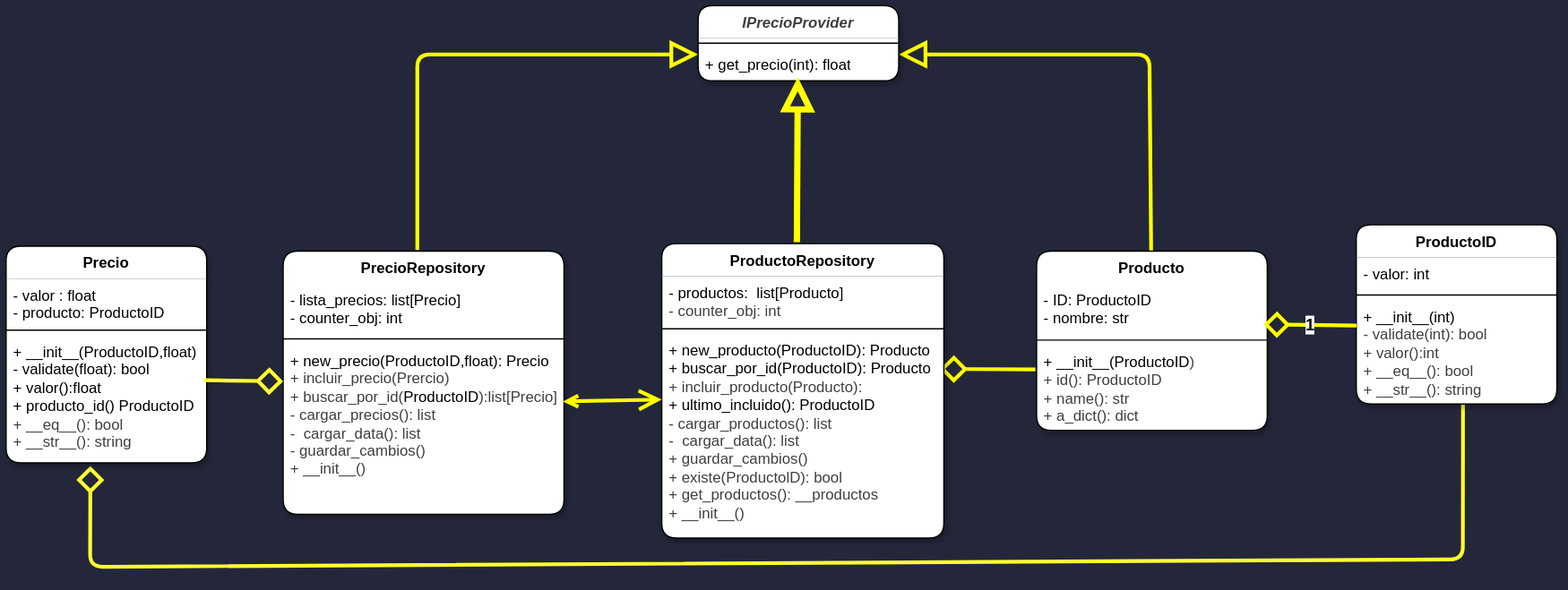
The draw.io diagram Docs/DiagramaSubSistema.svg in shinovi9/Subsistema-Precio, before a commit. Source tidied: cells renumbered, new cells last; positions are measured from the earlier drawing's top-left corner, leaving out a move shared by most shapes.
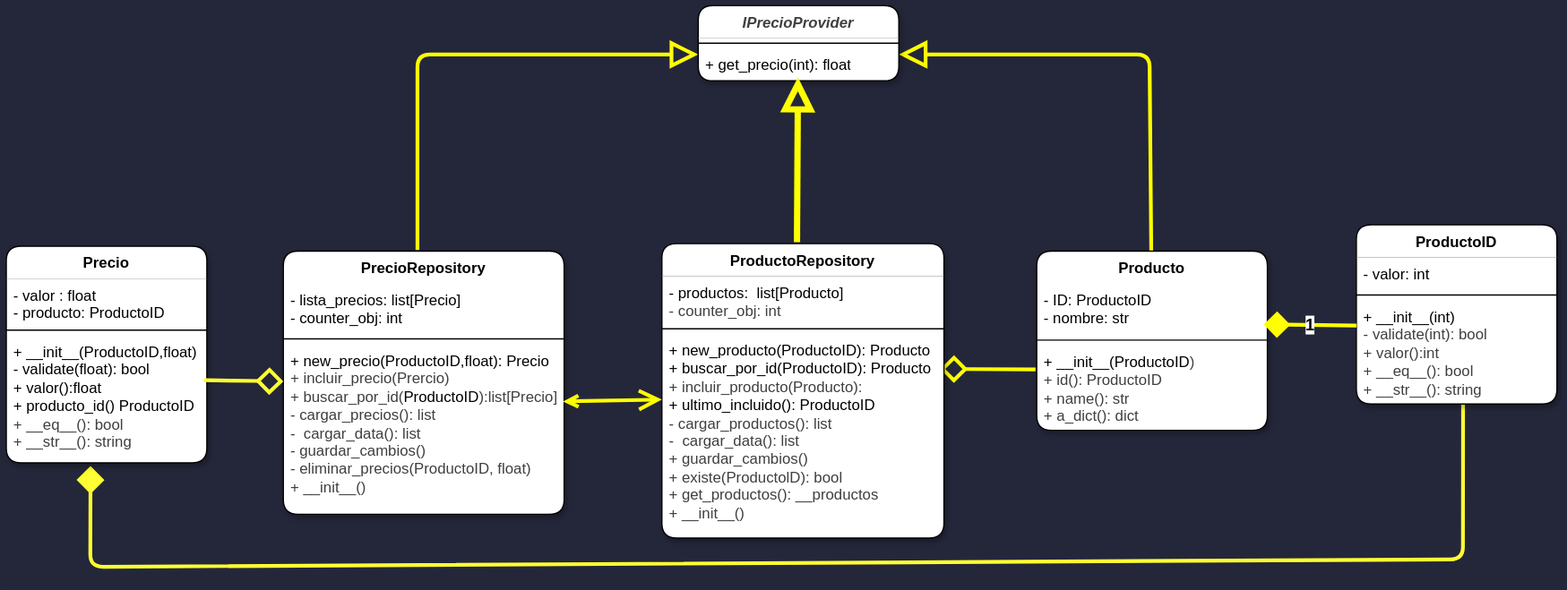
The same file after the commit.

Commit message:
Implemantacion de eliminar_precio, get_precio y guardar_cambios en PrecioRepository y implementacion en ProductoRepository: get_precio, gusrdar_cambios y documentacion profunda del los modulos

The edit, as a diff of the source:
```diff
@@ -43,7 +43,7 @@
     <mxCell id="11" style="line;strokeWidth=1;fillColor=none;align=left;verticalAlign=middle;spacingTop=-1;spacingLeft=3;spacingRight=3;labelPosition=right;strokeColor=inherit;rounded=1;" parent="9" vertex="1">
       <mxGeometry y="66" width="224" height="8" as="geometry" />
     </mxCell>
-    <mxCell id="12" value="&lt;span style=&quot;color: rgb(0, 0, 0);&quot;&gt;+ new_precio(ProductoID,float): Precio&lt;/span&gt;&lt;div style=&quot;color: rgb(63, 63, 63); scrollbar-color: rgb(226, 226, 226) rgb(251, 251, 251);&quot;&gt;+ incluir_precio(Prercio)&lt;/div&gt;&lt;div style=&quot;color: rgb(63, 63, 63); scrollbar-color: rgb(226, 226, 226) rgb(251, 251, 251);&quot;&gt;+ buscar_por_id(&lt;span style=&quot;scrollbar-color: rgb(226, 226, 226) rgb(251, 251, 251); color: rgb(0, 0, 0);&quot;&gt;ProductoID&lt;/span&gt;):list[Precio]&lt;/div&gt;&lt;div style=&quot;color: rgb(63, 63, 63); scrollbar-color: rgb(226, 226, 226) rgb(251, 251, 251);&quot;&gt;&lt;div style=&quot;scrollbar-color: rgb(226, 226, 226) rgb(251, 251, 251); color: rgb(63, 63, 63);&quot;&gt;- cargar_precios(): list&lt;/div&gt;&lt;div style=&quot;scrollbar-color: rgb(226, 226, 226) rgb(251, 251, 251); color: rgb(63, 63, 63);&quot;&gt;&lt;span style=&quot;color: rgb(63, 63, 63);&quot;&gt;-&amp;nbsp; cargar_data(): list&lt;/span&gt;&lt;/div&gt;&lt;div style=&quot;scrollbar-color: rgb(226, 226, 226) rgb(251, 251, 251); color: rgb(63, 63, 63);&quot;&gt;- guardar_cambios()&lt;/div&gt;&lt;div style=&quot;scrollbar-color: rgb(226, 226, 226) rgb(251, 251, 251); color: rgb(63, 63, 63);&quot;&gt;+ __init__()&lt;/div&gt;&lt;/div&gt;" style="text;strokeColor=none;fillColor=none;align=left;verticalAlign=top;spacingLeft=4;spacingRight=4;overflow=hidden;points=[[0,0.5],[1,0.5]];portConstraint=eastwest;whiteSpace=wrap;html=1;rounded=1;" parent="9" vertex="1">
+    <mxCell id="12" value="&lt;span style=&quot;color: rgb(0, 0, 0);&quot;&gt;+ new_precio(ProductoID,float): Precio&lt;/span&gt;&lt;div style=&quot;color: rgb(63, 63, 63); scrollbar-color: rgb(226, 226, 226) rgb(251, 251, 251);&quot;&gt;+ incluir_precio(Prercio)&lt;/div&gt;&lt;div style=&quot;color: rgb(63, 63, 63); scrollbar-color: rgb(226, 226, 226) rgb(251, 251, 251);&quot;&gt;+ buscar_por_id(&lt;span style=&quot;scrollbar-color: rgb(226, 226, 226) rgb(251, 251, 251); color: rgb(0, 0, 0);&quot;&gt;ProductoID&lt;/span&gt;):list[Precio]&lt;/div&gt;&lt;div style=&quot;color: rgb(63, 63, 63); scrollbar-color: rgb(226, 226, 226) rgb(251, 251, 251);&quot;&gt;&lt;div style=&quot;scrollbar-color: rgb(226, 226, 226) rgb(251, 251, 251); color: rgb(63, 63, 63);&quot;&gt;- cargar_precios(): list&lt;/div&gt;&lt;div style=&quot;scrollbar-color: rgb(226, 226, 226) rgb(251, 251, 251); color: rgb(63, 63, 63);&quot;&gt;&lt;span style=&quot;color: rgb(63, 63, 63);&quot;&gt;-&amp;nbsp; cargar_data(): list&lt;/span&gt;&lt;/div&gt;&lt;div style=&quot;scrollbar-color: rgb(226, 226, 226) rgb(251, 251, 251); color: rgb(63, 63, 63);&quot;&gt;- guardar_cambios()&lt;/div&gt;&lt;div style=&quot;scrollbar-color: rgb(226, 226, 226) rgb(251, 251, 251); color: rgb(63, 63, 63);&quot;&gt;- eliminar_precios(ProductoID, float)&lt;/div&gt;&lt;div style=&quot;scrollbar-color: rgb(226, 226, 226) rgb(251, 251, 251); color: rgb(63, 63, 63);&quot;&gt;+ __init__()&lt;/div&gt;&lt;/div&gt;" style="text;strokeColor=none;fillColor=none;align=left;verticalAlign=top;spacingLeft=4;spacingRight=4;overflow=hidden;points=[[0,0.5],[1,0.5]];portConstraint=eastwest;whiteSpace=wrap;html=1;rounded=1;" parent="9" vertex="1">
       <mxGeometry y="74" width="224" height="136" as="geometry" />
     </mxCell>
     <mxCell id="13" value="ProductoRepository" style="swimlane;fontStyle=1;align=center;verticalAlign=top;horizontal=1;startSize=26;whiteSpace=wrap;html=1;swimlaneFillColor=default;gradientColor=none;fillStyle=auto;strokeWidth=1;rounded=1;glass=0;swimlaneLine=0;shadow=1;" parent="1" vertex="1">
@@ -73,7 +73,7 @@
     <mxCell id="21" style="edgeStyle=none;html=1;entryX=0.497;entryY=0.891;entryDx=0;entryDy=0;entryPerimeter=0;exitX=0.479;exitY=-0.005;exitDx=0;exitDy=0;strokeWidth=5;strokeColor=#FFFF00;endArrow=block;endFill=0;endSize=15;exitPerimeter=0;rounded=1;" parent="1" edge="1" source="13" target="20">
       <mxGeometry relative="1" as="geometry" />
     </mxCell>
-    <mxCell id="22" style="edgeStyle=none;html=1;entryX=0.42;entryY=1.025;entryDx=0;entryDy=0;entryPerimeter=0;exitX=0.532;exitY=0.976;exitDx=0;exitDy=0;exitPerimeter=0;strokeColor=#FFFF33;strokeWidth=3;endArrow=diamond;endFill=0;endSize=15;rounded=1;" parent="1" edge="1" source="26" target="31">
+    <mxCell id="22" style="edgeStyle=none;html=1;entryX=0.42;entryY=1.025;entryDx=0;entryDy=0;entryPerimeter=0;exitX=0.532;exitY=0.976;exitDx=0;exitDy=0;exitPerimeter=0;strokeColor=#FFFF33;strokeWidth=3;endArrow=diamond;endFill=1;endSize=15;rounded=1;" parent="1" edge="1" source="26" target="31">
       <mxGeometry relative="1" as="geometry">
         <Array as="points">
           <mxPoint x="1162" y="442" />
@@ -93,7 +93,7 @@
     <mxCell id="26" value="+ __init__(int)&lt;div&gt;&lt;span style=&quot;color: rgb(63, 63, 63); scrollbar-color: rgb(226, 226, 226) rgb(251, 251, 251); background-color: transparent;&quot;&gt;-&amp;nbsp;&lt;/span&gt;&lt;span style=&quot;color: rgb(63, 63, 63); scrollbar-color: rgb(226, 226, 226) rgb(251, 251, 251); background-color: transparent;&quot;&gt;validate(int): bool&lt;/span&gt;&lt;/div&gt;&lt;div&gt;&lt;span style=&quot;color: rgb(63, 63, 63); scrollbar-color: rgb(226, 226, 226) rgb(251, 251, 251); background-color: transparent;&quot;&gt;+ valor():int&lt;/span&gt;&lt;/div&gt;&lt;div&gt;&lt;span style=&quot;color: rgb(63, 63, 63); scrollbar-color: rgb(226, 226, 226) rgb(251, 251, 251); background-color: transparent;&quot;&gt;+ __eq__(): bool&lt;/span&gt;&lt;/div&gt;&lt;div&gt;&lt;span style=&quot;color: rgb(63, 63, 63); scrollbar-color: rgb(226, 226, 226) rgb(251, 251, 251); background-color: transparent;&quot;&gt;&lt;span style=&quot;color: rgb(63, 63, 63);&quot;&gt;+ __str__(): string&lt;/span&gt;&lt;/span&gt;&lt;/div&gt;" style="text;strokeColor=none;fillColor=none;align=left;verticalAlign=top;spacingLeft=4;spacingRight=4;overflow=hidden;points=[[0,0.5],[1,0.5]];portConstraint=eastwest;whiteSpace=wrap;html=1;rounded=1;" parent="23" vertex="1">
       <mxGeometry y="60" width="160" height="83" as="geometry" />
     </mxCell>
-    <mxCell id="27" value="&lt;font style=&quot;font-size: 13px;&quot;&gt;&lt;b style=&quot;&quot;&gt;1&lt;/b&gt;&lt;/font&gt;" style="edgeStyle=none;rounded=1;html=1;endArrow=diamond;endFill=0;strokeWidth=3;strokeColor=#FFFF00;endSize=14;entryX=0.984;entryY=0.792;entryDx=0;entryDy=0;entryPerimeter=0;exitX=0.001;exitY=0.246;exitDx=0;exitDy=0;exitPerimeter=0;" parent="1" edge="1" source="26" target="5">
+    <mxCell id="27" value="&lt;font style=&quot;font-size: 13px;&quot;&gt;&lt;b style=&quot;&quot;&gt;1&lt;/b&gt;&lt;/font&gt;" style="edgeStyle=none;rounded=1;html=1;endArrow=diamond;endFill=1;strokeWidth=3;strokeColor=#FFFF00;endSize=14;entryX=0.984;entryY=0.792;entryDx=0;entryDy=0;entryPerimeter=0;exitX=0.001;exitY=0.246;exitDx=0;exitDy=0;exitPerimeter=0;" parent="1" edge="1" source="26" target="5">
       <mxGeometry relative="1" as="geometry" />
     </mxCell>
     <mxCell id="28" value="Precio" style="swimlane;fontStyle=1;align=center;verticalAlign=top;horizontal=1;startSize=26;whiteSpace=wrap;html=1;swimlaneFillColor=default;gradientColor=none;fillStyle=auto;strokeWidth=1;rounded=1;glass=0;swimlaneLine=0;shadow=1;" parent="1" vertex="1">
```
